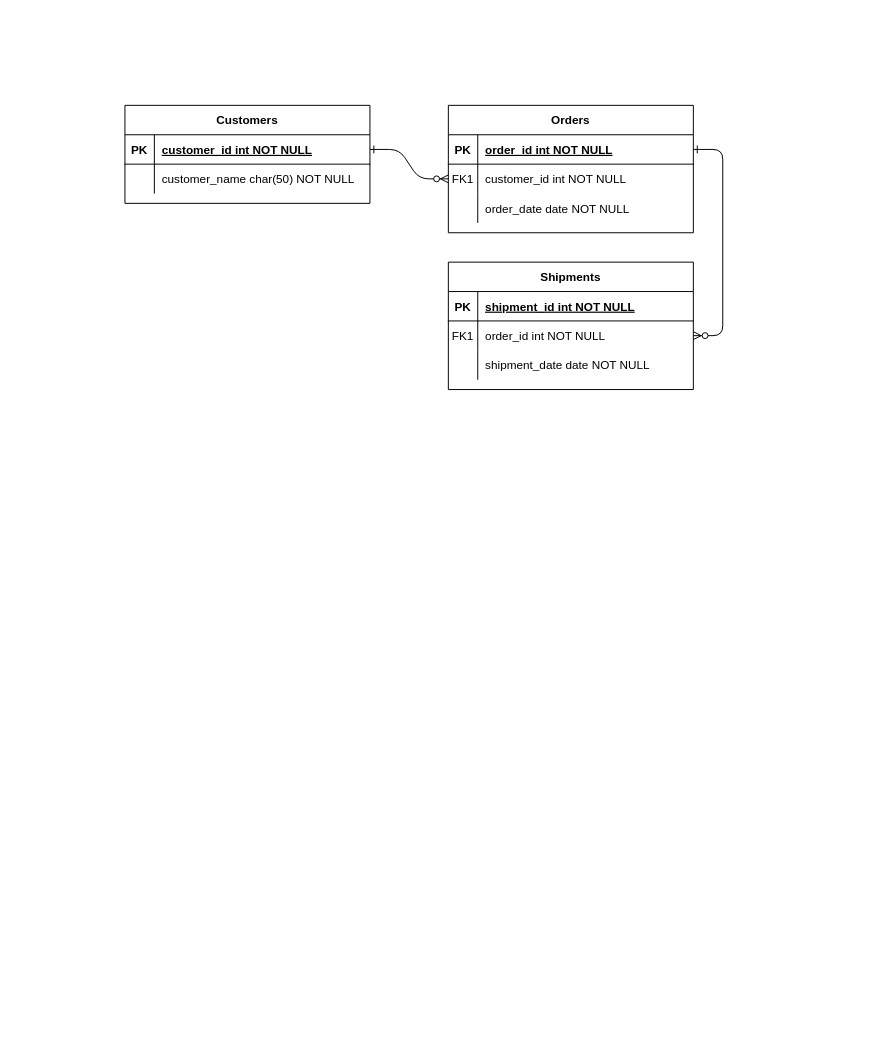
Before: Ανώνυμο διάγραμμα.drawio in ntua-el20069/school-library-app, a draw.io diagram. Source tidied: cells renumbered, new cells numbered last; positions are measured from the earlier drawing's top-left corner, leaving out a move shared by most shapes. Both pictures are drawn from the tidied source at 98%, with x=0, y=0 at pixel (124, 105).
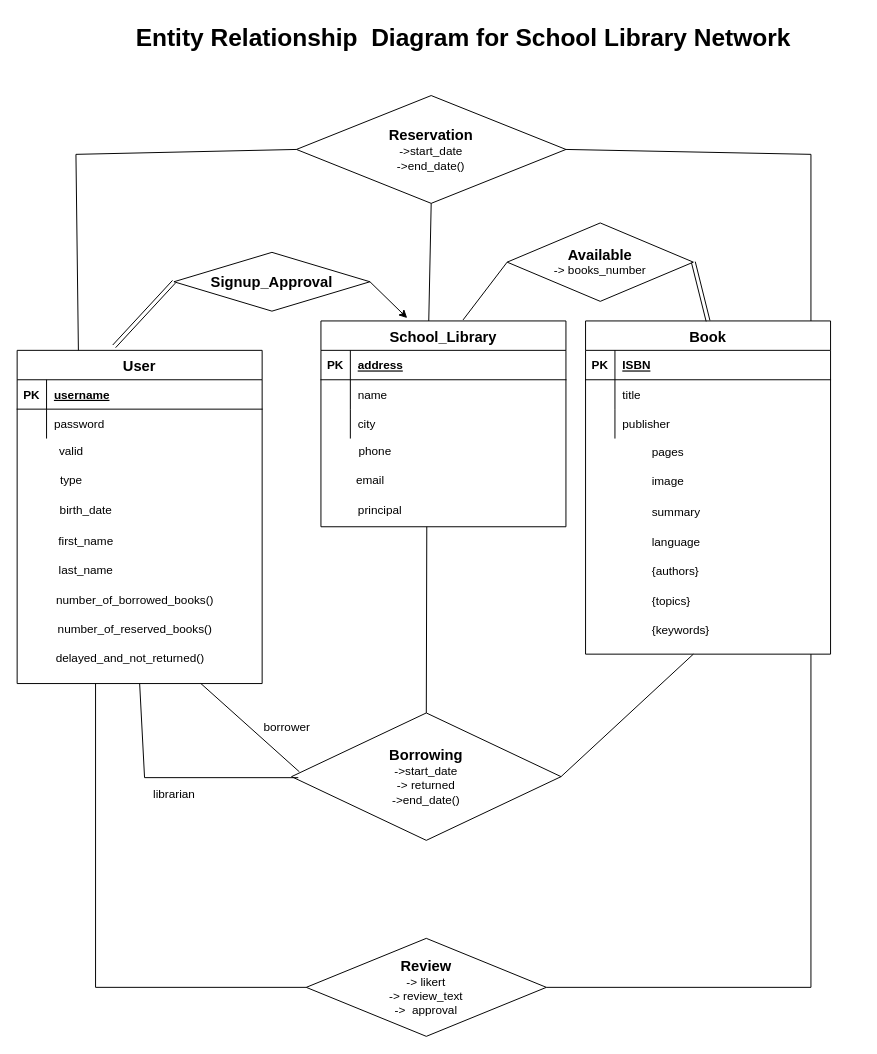
The same page after the edit.

Unchanged cells that the change refers to:
```xml
<mxCell id="5" style="shape=partialRectangle;fillColor=none;points=[[0,0.5],[1,0.5]];portConstraint=eastwest;top=0;left=0;right=0;bottom=1;" parent="4" vertex="1">
  <mxGeometry y="30" width="250" height="30" as="geometry" />
</mxCell>
<mxCell id="8" style="shape=partialRectangle;fillColor=none;points=[[0,0.5],[1,0.5]];portConstraint=eastwest;top=0;left=0;right=0;bottom=0;" parent="4" vertex="1">
  <mxGeometry y="60" width="250" height="30" as="geometry" />
</mxCell>
<mxCell id="11" style="shape=partialRectangle;fillColor=none;top=0;left=0;right=0;bottom=0;" parent="4" vertex="1">
  <mxGeometry y="90" width="250" height="30" as="geometry" />
</mxCell>
<mxCell id="15" style="shape=partialRectangle;fillColor=none;top=0;left=0;right=0;bottom=1;" parent="14" vertex="1">
  <mxGeometry y="30" width="250" height="30" as="geometry" />
</mxCell>
<mxCell id="18" style="shape=partialRectangle;fillColor=none;points=[[0,0.5],[1,0.5]];portConstraint=eastwest;top=0;left=0;right=0;bottom=0;" parent="14" vertex="1">
  <mxGeometry y="60" width="250" height="30" as="geometry" />
</mxCell>
<mxCell id="21" style="shape=partialRectangle;fillColor=none;top=0;left=0;right=0;bottom=0;" parent="14" vertex="1">
  <mxGeometry y="90" width="250" height="30" as="geometry" />
</mxCell>
<mxCell id="25" style="shape=partialRectangle;fillColor=none;points=[[0,0.5],[1,0.5]];portConstraint=eastwest;top=0;left=0;right=0;bottom=1;" parent="24" vertex="1">
  <mxGeometry y="30" width="250" height="30" as="geometry" />
</mxCell>
<mxCell id="28" style="shape=partialRectangle;fillColor=none;top=0;left=0;right=0;bottom=0;" parent="24" vertex="1">
  <mxGeometry y="60" width="250" height="30" as="geometry" />
</mxCell>
```

The edit, as a diff of the source:
```diff
@@
-    <mxCell id="2" style="edgeStyle=entityRelationEdgeStyle;endArrow=ERzeroToMany;startArrow=ERone;endFill=1;startFill=0;" parent="1" edge="1" source="25" target="8">
-      <mxGeometry relative="1" as="geometry" />
-    </mxCell>
-    <mxCell id="3" style="edgeStyle=entityRelationEdgeStyle;endArrow=ERzeroToMany;startArrow=ERone;endFill=1;startFill=0;" parent="1" edge="1" source="5" target="18">
-      <mxGeometry relative="1" as="geometry" />
-    </mxCell>
-    <mxCell id="4" value="Orders" style="shape=table;startSize=30;childLayout=tableLayout;rowLines=0;fontStyle=1;align=center;" parent="1" vertex="1">
-      <mxGeometry x="330" width="250" height="130" as="geometry" />
+    <mxCell id="4" value="School_Library" style="shape=table;startSize=30;childLayout=tableLayout;rowLines=0;fontStyle=1;align=center;fontSize=15;" parent="1" vertex="1">
+      <mxGeometry x="200" y="220" width="250" height="210" as="geometry" />
     </mxCell>
@@
-    <mxCell id="7" value="order_id int NOT NULL " style="shape=partialRectangle;overflow=hidden;fillColor=none;top=0;left=0;bottom=0;right=0;align=left;spacingLeft=6;fontStyle=5;" parent="5" vertex="1">
+    <mxCell id="7" value="address" style="shape=partialRectangle;overflow=hidden;fillColor=none;top=0;left=0;bottom=0;right=0;align=left;spacingLeft=6;fontStyle=5;" parent="5" vertex="1">
       <mxGeometry x="30" width="220" height="30" as="geometry" />
     </mxCell>
@@
-    <mxCell id="9" value="FK1" style="shape=partialRectangle;overflow=hidden;fillColor=none;top=0;left=0;bottom=0;right=0;" parent="8" vertex="1">
+    <mxCell id="9" style="shape=partialRectangle;overflow=hidden;fillColor=none;top=0;left=0;bottom=0;right=0;" parent="8" vertex="1">
       <mxGeometry width="30" height="30" as="geometry" />
     </mxCell>
-    <mxCell id="10" value="customer_id int NOT NULL" style="shape=partialRectangle;overflow=hidden;fillColor=none;top=0;left=0;bottom=0;right=0;align=left;spacingLeft=6;" parent="8" vertex="1">
+    <mxCell id="10" value="name" style="shape=partialRectangle;overflow=hidden;fillColor=none;top=0;left=0;bottom=0;right=0;align=left;spacingLeft=6;" parent="8" vertex="1">
       <mxGeometry x="30" width="220" height="30" as="geometry" />
     </mxCell>
@@
-    <mxCell id="13" value="order_date date NOT NULL" style="shape=partialRectangle;overflow=hidden;fillColor=none;top=0;left=0;bottom=0;right=0;align=left;spacingLeft=6;" parent="11" vertex="1">
+    <mxCell id="13" value="city" style="shape=partialRectangle;overflow=hidden;fillColor=none;top=0;left=0;bottom=0;right=0;align=left;spacingLeft=6;" parent="11" vertex="1">
       <mxGeometry x="30" width="220" height="30" as="geometry" />
     </mxCell>
-    <mxCell id="14" value="Shipments" style="shape=table;startSize=30;childLayout=tableLayout;rowLines=0;fontStyle=1;align=center;" parent="1" vertex="1">
-      <mxGeometry x="330" y="160" width="250" height="130" as="geometry" />
+    <mxCell id="14" value="Book" style="shape=table;startSize=30;childLayout=tableLayout;rowLines=0;fontStyle=1;align=center;fontSize=15;" parent="1" vertex="1">
+      <mxGeometry x="470" y="220" width="250" height="340" as="geometry" />
     </mxCell>
@@
-    <mxCell id="17" value="shipment_id int NOT NULL " style="shape=partialRectangle;overflow=hidden;fillColor=none;top=0;left=0;bottom=0;right=0;align=left;spacingLeft=6;fontStyle=5;" parent="15" vertex="1">
+    <mxCell id="17" value="ISBN" style="shape=partialRectangle;overflow=hidden;fillColor=none;top=0;left=0;bottom=0;right=0;align=left;spacingLeft=6;fontStyle=5;" parent="15" vertex="1">
       <mxGeometry x="30" width="220" height="30" as="geometry" />
     </mxCell>
@@
-    <mxCell id="19" value="FK1" style="shape=partialRectangle;overflow=hidden;fillColor=none;top=0;left=0;bottom=0;right=0;" parent="18" vertex="1">
+    <mxCell id="19" style="shape=partialRectangle;overflow=hidden;fillColor=none;top=0;left=0;bottom=0;right=0;" parent="18" vertex="1">
       <mxGeometry width="30" height="30" as="geometry" />
     </mxCell>
-    <mxCell id="20" value="order_id int NOT NULL" style="shape=partialRectangle;overflow=hidden;fillColor=none;top=0;left=0;bottom=0;right=0;align=left;spacingLeft=6;" parent="18" vertex="1">
+    <mxCell id="20" value="title" style="shape=partialRectangle;overflow=hidden;fillColor=none;top=0;left=0;bottom=0;right=0;align=left;spacingLeft=6;" parent="18" vertex="1">
       <mxGeometry x="30" width="220" height="30" as="geometry" />
     </mxCell>
@@
-    <mxCell id="23" value="shipment_date date NOT NULL" style="shape=partialRectangle;overflow=hidden;fillColor=none;top=0;left=0;bottom=0;right=0;align=left;spacingLeft=6;" parent="21" vertex="1">
+    <mxCell id="23" value="publisher" style="shape=partialRectangle;overflow=hidden;fillColor=none;top=0;left=0;bottom=0;right=0;align=left;spacingLeft=6;" parent="21" vertex="1">
       <mxGeometry x="30" width="220" height="30" as="geometry" />
     </mxCell>
-    <mxCell id="24" value="Customers" style="shape=table;startSize=30;childLayout=tableLayout;rowLines=0;fontStyle=1;align=center;" parent="1" vertex="1">
-      <mxGeometry width="250" height="100" as="geometry" />
+    <mxCell id="24" value="User" style="shape=table;startSize=30;childLayout=tableLayout;rowLines=0;fontStyle=1;align=center;flipH=1;flipV=0;fontSize=15;" parent="1" vertex="1">
+      <mxGeometry x="-110" y="250" width="250" height="340" as="geometry" />
     </mxCell>
@@
-    <mxCell id="27" value="customer_id int NOT NULL " style="shape=partialRectangle;overflow=hidden;fillColor=none;top=0;left=0;bottom=0;right=0;align=left;spacingLeft=6;fontStyle=5;" parent="25" vertex="1">
+    <mxCell id="27" value="username" style="shape=partialRectangle;overflow=hidden;fillColor=none;top=0;left=0;bottom=0;right=0;align=left;spacingLeft=6;fontStyle=5;" parent="25" vertex="1">
       <mxGeometry x="30" width="220" height="30" as="geometry" />
     </mxCell>
@@
-    <mxCell id="30" value="customer_name char(50) NOT NULL" style="shape=partialRectangle;overflow=hidden;fillColor=none;top=0;left=0;bottom=0;right=0;align=left;spacingLeft=6;" parent="28" vertex="1">
+    <mxCell id="30" value="password" style="shape=partialRectangle;overflow=hidden;fillColor=none;top=0;left=0;bottom=0;right=0;align=left;spacingLeft=6;" parent="28" vertex="1">
       <mxGeometry x="30" width="220" height="30" as="geometry" />
     </mxCell>
+    <mxCell id="31" value="valid" style="text;html=1;align=center;verticalAlign=middle;strokeColor=none;fillColor=none;" parent="1" vertex="1">
+      <mxGeometry x="-80" y="338" width="50" height="30" as="geometry" />
+    </mxCell>
+    <mxCell id="32" value="type" style="text;html=1;align=center;verticalAlign=middle;strokeColor=none;fillColor=none;" parent="1" vertex="1">
+      <mxGeometry x="-80" y="368" width="50" height="30" as="geometry" />
+    </mxCell>
+    <mxCell id="33" value="number_of_borrowed_books()" style="text;html=1;align=center;verticalAlign=middle;strokeColor=none;fillColor=none;" parent="1" vertex="1">
+      <mxGeometry x="-80" y="490" width="180" height="30" as="geometry" />
+    </mxCell>
+    <mxCell id="34" value="number_of_reserved_books()" style="text;html=1;align=center;verticalAlign=middle;strokeColor=none;fillColor=none;" parent="1" vertex="1">
+      <mxGeometry x="-80" y="520" width="180" height="30" as="geometry" />
+    </mxCell>
+    <mxCell id="35" value="birth_date" style="text;html=1;align=center;verticalAlign=middle;strokeColor=none;fillColor=none;" parent="1" vertex="1">
+      <mxGeometry x="-80" y="398" width="80" height="30" as="geometry" />
+    </mxCell>
+    <mxCell id="36" value="first_name" style="text;html=1;align=center;verticalAlign=middle;strokeColor=none;fillColor=none;" parent="1" vertex="1">
+      <mxGeometry x="-80" y="430" width="80" height="30" as="geometry" />
+    </mxCell>
+    <mxCell id="37" value="last_name" style="text;html=1;align=center;verticalAlign=middle;strokeColor=none;fillColor=none;" parent="1" vertex="1">
+      <mxGeometry x="-80" y="460" width="80" height="30" as="geometry" />
+    </mxCell>
+    <mxCell id="38" value="delayed_and_not_returned()" style="text;html=1;align=center;verticalAlign=middle;strokeColor=none;fillColor=none;" parent="1" vertex="1">
+      <mxGeometry x="-80" y="550" width="170" height="30" as="geometry" />
+    </mxCell>
+    <mxCell id="39" value="phone" style="text;html=1;align=center;verticalAlign=middle;strokeColor=none;fillColor=none;" parent="1" vertex="1">
+      <mxGeometry x="225" y="338" width="60" height="30" as="geometry" />
+    </mxCell>
+    <mxCell id="40" value="email" style="text;html=1;align=center;verticalAlign=middle;strokeColor=none;fillColor=none;" parent="1" vertex="1">
+      <mxGeometry x="225" y="368" width="50" height="30" as="geometry" />
+    </mxCell>
+    <mxCell id="41" value="principal" style="text;html=1;align=center;verticalAlign=middle;strokeColor=none;fillColor=none;" parent="1" vertex="1">
+      <mxGeometry x="225" y="398" width="70" height="30" as="geometry" />
+    </mxCell>
+    <mxCell id="42" value="pages" style="shape=partialRectangle;overflow=hidden;fillColor=none;top=0;left=0;bottom=0;right=0;align=left;spacingLeft=6;" parent="1" vertex="1">
+      <mxGeometry x="530" y="338" width="220" height="30" as="geometry" />
+    </mxCell>
+    <mxCell id="43" value="image" style="shape=partialRectangle;overflow=hidden;fillColor=none;top=0;left=0;bottom=0;right=0;align=left;spacingLeft=6;" parent="1" vertex="1">
+      <mxGeometry x="530" y="368" width="220" height="30" as="geometry" />
+    </mxCell>
+    <mxCell id="44" value="summary" style="shape=partialRectangle;overflow=hidden;fillColor=none;top=0;left=0;bottom=0;right=0;align=left;spacingLeft=6;" parent="1" vertex="1">
+      <mxGeometry x="530" y="400" width="220" height="30" as="geometry" />
+    </mxCell>
+    <mxCell id="45" value="language" style="shape=partialRectangle;overflow=hidden;fillColor=none;top=0;left=0;bottom=0;right=0;align=left;spacingLeft=6;" parent="1" vertex="1">
+      <mxGeometry x="530" y="430" width="220" height="30" as="geometry" />
+    </mxCell>
+    <mxCell id="46" value="{authors}" style="shape=partialRectangle;overflow=hidden;fillColor=none;top=0;left=0;bottom=0;right=0;align=left;spacingLeft=6;" parent="1" vertex="1">
+      <mxGeometry x="530" y="460" width="220" height="30" as="geometry" />
+    </mxCell>
+    <mxCell id="47" value="{topics}" style="shape=partialRectangle;overflow=hidden;fillColor=none;top=0;left=0;bottom=0;right=0;align=left;spacingLeft=6;" parent="1" vertex="1">
+      <mxGeometry x="530" y="490" width="220" height="30" as="geometry" />
+    </mxCell>
+    <mxCell id="48" value="{keywords}" style="shape=partialRectangle;overflow=hidden;fillColor=none;top=0;left=0;bottom=0;right=0;align=left;spacingLeft=6;" parent="1" vertex="1">
+      <mxGeometry x="530" y="520" width="220" height="30" as="geometry" />
+    </mxCell>
+    <mxCell id="49" value="&lt;b&gt;&lt;font style=&quot;font-size: 15px;&quot;&gt;Signup_Approval&lt;/font&gt;&lt;/b&gt;" style="rhombus;whiteSpace=wrap;html=1;" parent="1" vertex="1">
+      <mxGeometry x="50" y="150" width="200" height="60" as="geometry" />
+    </mxCell>
+    <mxCell id="50" value="&lt;b&gt;&lt;font style=&quot;font-size: 15px;&quot;&gt;Available&lt;/font&gt;&lt;/b&gt;&lt;br&gt;-&amp;gt; books_number" style="rhombus;whiteSpace=wrap;html=1;" parent="1" vertex="1">
+      <mxGeometry x="390" y="120" width="190" height="80" as="geometry" />
+    </mxCell>
+    <mxCell id="51" value="&lt;b&gt;&lt;font style=&quot;font-size: 15px;&quot;&gt;Review&lt;/font&gt;&lt;/b&gt;&lt;br&gt;-&amp;gt; likert&lt;br&gt;-&amp;gt; review_text&lt;br&gt;-&amp;gt;&amp;nbsp; approval" style="rhombus;whiteSpace=wrap;html=1;" parent="1" vertex="1">
+      <mxGeometry x="185" y="850" width="245" height="100" as="geometry" />
+    </mxCell>
+    <mxCell id="52" value="&lt;b&gt;&lt;font style=&quot;font-size: 15px;&quot;&gt;Borrowing&lt;/font&gt;&lt;/b&gt;&lt;br&gt;-&amp;gt;start_date&lt;br&gt;-&amp;gt; returned&lt;br&gt;-&amp;gt;end_date()" style="rhombus;whiteSpace=wrap;html=1;" parent="1" vertex="1">
+      <mxGeometry x="170" y="620" width="275" height="130" as="geometry" />
+    </mxCell>
+    <mxCell id="53" value="&lt;span style=&quot;font-size: 15px;&quot;&gt;&lt;b&gt;Reservation&lt;/b&gt;&lt;/span&gt;&lt;br&gt;-&amp;gt;start_date&lt;br&gt;-&amp;gt;end_date()" style="rhombus;whiteSpace=wrap;html=1;" parent="1" vertex="1">
+      <mxGeometry x="175" y="-10" width="275" height="110" as="geometry" />
+    </mxCell>
+    <mxCell id="54" value="&lt;font style=&quot;font-size: 25px;&quot;&gt;&lt;b&gt;Entity Relationship&amp;nbsp; Diagram for School Library Network&lt;/b&gt;&lt;/font&gt;" style="text;html=1;align=center;verticalAlign=middle;strokeColor=none;fillColor=none;" parent="1" vertex="1">
+      <mxGeometry y="-90" width="690" height="40" as="geometry" />
+    </mxCell>
+    <mxCell id="55" style="endArrow=none;html=1;rounded=0;entryX=0;entryY=0.5;entryDx=0;entryDy=0;" parent="1" edge="1" target="51">
+      <mxGeometry relative="1" as="geometry">
+        <mxPoint x="-30" y="590" as="sourcePoint" />
+        <Array as="points">
+          <mxPoint x="-30" y="900" />
+        </Array>
+      </mxGeometry>
+    </mxCell>
+    <mxCell id="56" style="endArrow=none;html=1;rounded=0;exitX=1;exitY=0.5;exitDx=0;exitDy=0;" parent="1" edge="1" source="51">
+      <mxGeometry relative="1" as="geometry">
+        <mxPoint x="700" y="560" as="targetPoint" />
+        <Array as="points">
+          <mxPoint x="700" y="900" />
+        </Array>
+      </mxGeometry>
+    </mxCell>
+    <mxCell id="57" style="endArrow=none;html=1;rounded=0;entryX=0.029;entryY=0.462;entryDx=0;entryDy=0;exitX=0.75;exitY=1;exitDx=0;exitDy=0;entryPerimeter=0;" parent="1" edge="1" source="24" target="52">
+      <mxGeometry relative="1" as="geometry" />
+    </mxCell>
+    <mxCell id="58" style="endArrow=none;html=1;rounded=0;exitX=1;exitY=0.5;exitDx=0;exitDy=0;" parent="1" edge="1" source="52">
+      <mxGeometry relative="1" as="geometry">
+        <mxPoint x="580" y="560" as="targetPoint" />
+      </mxGeometry>
+    </mxCell>
+    <mxCell id="59" style="endArrow=none;html=1;rounded=0;exitX=0.5;exitY=0;exitDx=0;exitDy=0;" parent="1" edge="1" source="52">
+      <mxGeometry relative="1" as="geometry">
+        <mxPoint x="308" y="430" as="targetPoint" />
+      </mxGeometry>
+    </mxCell>
+    <mxCell id="60" style="shape=link;html=1;rounded=0;entryX=0.5;entryY=0;entryDx=0;entryDy=0;exitX=1;exitY=0.5;exitDx=0;exitDy=0;" parent="1" edge="1" source="50" target="14">
+      <mxGeometry relative="1" as="geometry" />
+    </mxCell>
+    <mxCell id="61" style="endArrow=none;html=1;rounded=0;entryX=0;entryY=0.5;entryDx=0;entryDy=0;exitX=0.58;exitY=-0.005;exitDx=0;exitDy=0;exitPerimeter=0;" parent="1" edge="1" source="4" target="50">
+      <mxGeometry relative="1" as="geometry" />
+    </mxCell>
+    <mxCell id="62" style="shape=link;html=1;rounded=0;exitX=0.604;exitY=-0.012;exitDx=0;exitDy=0;exitPerimeter=0;entryX=0;entryY=0.5;entryDx=0;entryDy=0;" parent="1" edge="1" source="24" target="49">
+      <mxGeometry relative="1" as="geometry" />
+    </mxCell>
+    <mxCell id="63" style="endArrow=classic;html=1;rounded=0;exitX=1;exitY=0.5;exitDx=0;exitDy=0;entryX=0.352;entryY=-0.014;entryDx=0;entryDy=0;entryPerimeter=0;" parent="1" edge="1" source="49" target="4">
+      <mxGeometry relative="1" as="geometry" />
+    </mxCell>
+    <mxCell id="64" style="endArrow=none;html=1;rounded=0;entryX=0;entryY=0.5;entryDx=0;entryDy=0;exitX=0.25;exitY=0;exitDx=0;exitDy=0;" parent="1" edge="1" source="24" target="53">
+      <mxGeometry relative="1" as="geometry">
+        <Array as="points">
+          <mxPoint x="-50" y="50" />
+        </Array>
+      </mxGeometry>
+    </mxCell>
+    <mxCell id="65" style="endArrow=none;html=1;rounded=0;exitX=0.5;exitY=1;exitDx=0;exitDy=0;entryX=0.44;entryY=0;entryDx=0;entryDy=0;entryPerimeter=0;" parent="1" edge="1" source="53" target="4">
+      <mxGeometry relative="1" as="geometry" />
+    </mxCell>
+    <mxCell id="66" style="endArrow=none;html=1;rounded=0;entryX=1;entryY=0.5;entryDx=0;entryDy=0;exitX=0.92;exitY=0;exitDx=0;exitDy=0;exitPerimeter=0;" parent="1" edge="1" source="14" target="53">
+      <mxGeometry relative="1" as="geometry">
+        <Array as="points">
+          <mxPoint x="700" y="50" />
+        </Array>
+      </mxGeometry>
+    </mxCell>
+    <mxCell id="67" style="endArrow=none;html=1;rounded=0;exitX=0.025;exitY=0.508;exitDx=0;exitDy=0;exitPerimeter=0;entryX=0.5;entryY=1;entryDx=0;entryDy=0;" parent="1" edge="1" source="52" target="24">
+      <mxGeometry relative="1" as="geometry">
+        <Array as="points">
+          <mxPoint x="20" y="686" />
+        </Array>
+      </mxGeometry>
+    </mxCell>
+    <mxCell id="68" value="librarian" style="text;html=1;align=center;verticalAlign=middle;strokeColor=none;fillColor=none;" parent="1" vertex="1">
+      <mxGeometry x="15" y="688" width="70" height="30" as="geometry" />
+    </mxCell>
+    <mxCell id="69" value="borrower" style="text;html=1;align=center;verticalAlign=middle;strokeColor=none;fillColor=none;" parent="1" vertex="1">
+      <mxGeometry x="130" y="620" width="70" height="30" as="geometry" />
+    </mxCell>
```
